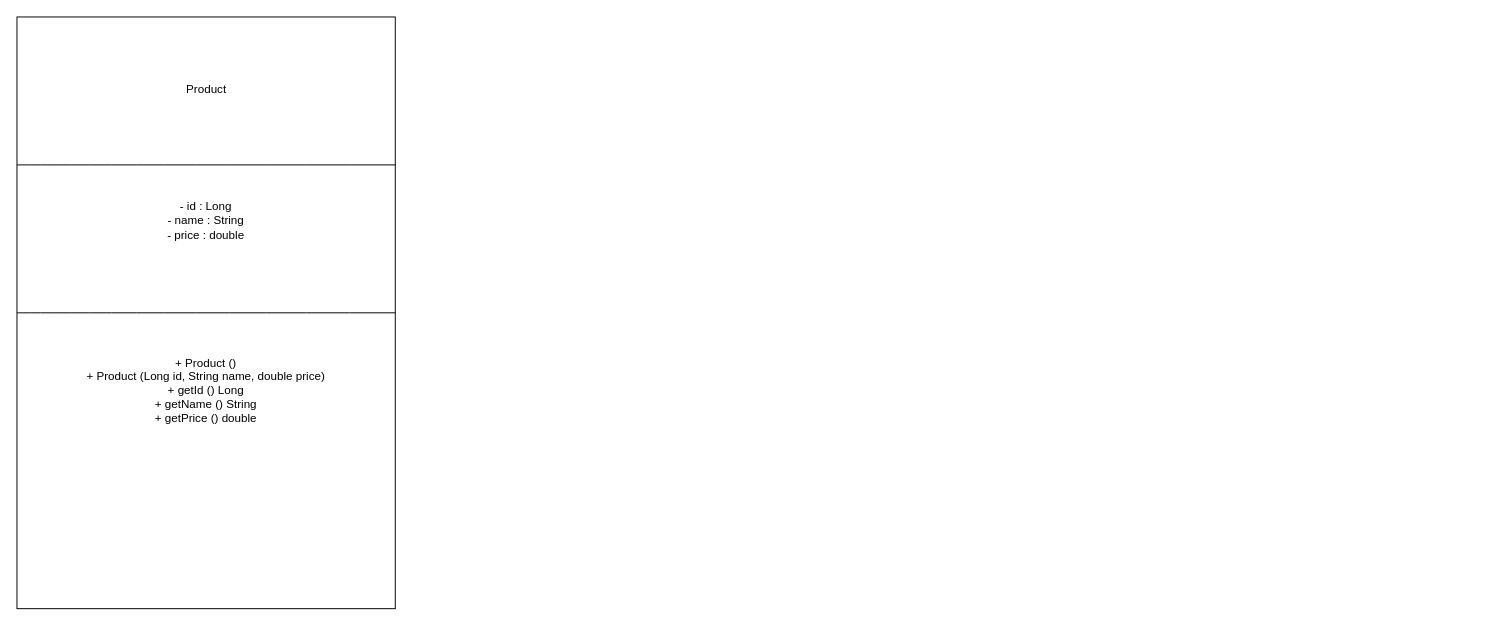
This is docs/uml/Product.drawio from ginawinabina/products-api, a draw.io file, before an edit. Source tidied: cells renumbered, new cells numbered last; positions are measured from the earlier drawing's top-left corner, leaving out a move shared by most shapes. Both pictures are drawn from the tidied source at 97%, with x=0, y=0 at pixel (16, 16).
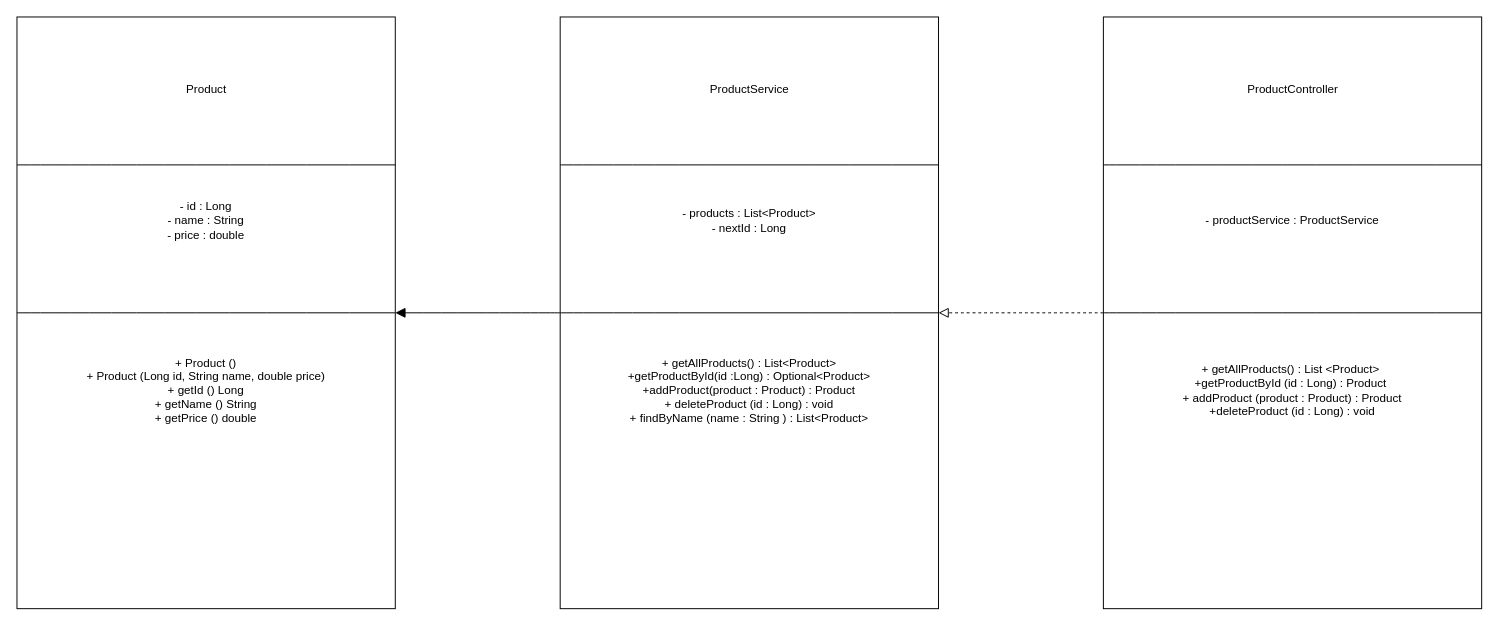
The same diagram, later.

Unchanged cells that the change refers to:
```xml
<mxCell id="2" style="rounded=0;whiteSpace=wrap;html=1;" parent="1" vertex="1">
  <mxGeometry width="390" height="610" as="geometry" />
</mxCell>
```

The edit, as a diff of the source:
```diff
@@
-    <mxCell id="3" style="endArrow=none;html=1;rounded=0;fontSize=12;startSize=8;endSize=8;curved=1;exitX=0;exitY=0.25;exitDx=0;exitDy=0;entryX=1;entryY=0.25;entryDx=0;entryDy=0;edgeStyle=orthogonalEdgeStyle;innerLoopWaypoints=1;" parent="1" edge="1" source="2" target="2">
-      <mxGeometry relative="1" as="geometry" />
-    </mxCell>
-    <mxCell id="4" style="endArrow=none;html=1;rounded=0;fontSize=12;startSize=8;endSize=8;curved=1;exitX=0;exitY=0.5;exitDx=0;exitDy=0;entryX=1;entryY=0.5;entryDx=0;entryDy=0;" parent="1" edge="1" source="2" target="2">
-      <mxGeometry relative="1" as="geometry" />
-    </mxCell>
+    <mxCell id="8" style="endArrow=none;html=1;rounded=0;fontSize=12;startSize=8;endSize=8;curved=1;exitX=0;exitY=0.25;exitDx=0;exitDy=0;entryX=1;entryY=0.25;entryDx=0;entryDy=0;edgeStyle=orthogonalEdgeStyle;innerLoopWaypoints=1;" parent="1" edge="1" source="2" target="2">
+      <mxGeometry relative="1" as="geometry" />
+    </mxCell>
+    <mxCell id="9" style="endArrow=none;html=1;rounded=0;fontSize=12;startSize=8;endSize=8;curved=1;exitX=0;exitY=0.5;exitDx=0;exitDy=0;entryX=1;entryY=0.5;entryDx=0;entryDy=0;" parent="1" edge="1" source="2" target="2">
+      <mxGeometry relative="1" as="geometry" />
+    </mxCell>
@@
+    <mxCell id="10" style="edgeStyle=orthogonalEdgeStyle;shape=connector;curved=1;rounded=0;jettySize=auto;html=1;exitX=0;exitY=0.5;exitDx=0;exitDy=0;entryX=1;entryY=0.5;entryDx=0;entryDy=0;strokeColor=default;align=center;verticalAlign=middle;fontFamily=Helvetica;fontSize=11;fontColor=default;labelBackgroundColor=default;startSize=8;endArrow=block;endFill=0;endSize=8;dashed=1;startArrow=none;startFill=0;" parent="1" edge="1" source="11" target="18">
+      <mxGeometry relative="1" as="geometry" />
+    </mxCell>
+    <mxCell id="11" style="rounded=0;whiteSpace=wrap;html=1;" parent="1" vertex="1">
+      <mxGeometry x="1120" width="390" height="610" as="geometry" />
+    </mxCell>
+    <mxCell id="12" style="endArrow=none;html=1;rounded=0;fontSize=12;startSize=8;endSize=8;curved=1;exitX=0;exitY=0.25;exitDx=0;exitDy=0;entryX=1;entryY=0.25;entryDx=0;entryDy=0;edgeStyle=orthogonalEdgeStyle;innerLoopWaypoints=1;" parent="1" edge="1" source="11" target="11">
+      <mxGeometry relative="1" as="geometry" />
+    </mxCell>
+    <mxCell id="13" style="endArrow=none;html=1;rounded=0;fontSize=12;startSize=8;endSize=8;curved=1;exitX=0;exitY=0.5;exitDx=0;exitDy=0;entryX=1;entryY=0.5;entryDx=0;entryDy=0;" parent="1" edge="1" source="11" target="11">
+      <mxGeometry relative="1" as="geometry" />
+    </mxCell>
+    <mxCell id="14" value="ProductController" style="text;html=1;whiteSpace=wrap;strokeColor=none;fillColor=none;align=center;verticalAlign=middle;rounded=0;" parent="1" vertex="1">
+      <mxGeometry x="1247.5" y="30" width="135" height="90" as="geometry" />
+    </mxCell>
+    <mxCell id="15" value="- productService : ProductService" style="text;html=1;whiteSpace=wrap;strokeColor=none;fillColor=none;align=center;verticalAlign=middle;rounded=0;" parent="1" vertex="1">
+      <mxGeometry x="1120" y="180" width="390" height="60" as="geometry" />
+    </mxCell>
+    <mxCell id="16" value="+ getAllProducts() : List &amp;lt;Product&amp;gt;&amp;nbsp;&lt;div&gt;+getProductById (id : Long) : Product&amp;nbsp;&lt;/div&gt;&lt;div&gt;+ addProduct (product : Product) : Product&lt;/div&gt;&lt;div&gt;+deleteProduct (id : Long) : void&lt;/div&gt;" style="text;html=1;whiteSpace=wrap;strokeColor=none;fillColor=none;align=center;verticalAlign=middle;rounded=0;" parent="1" vertex="1">
+      <mxGeometry x="1120" y="340" width="390" height="90" as="geometry" />
+    </mxCell>
+    <mxCell id="17" style="edgeStyle=orthogonalEdgeStyle;shape=connector;curved=1;rounded=0;jettySize=auto;html=1;exitX=0;exitY=0.5;exitDx=0;exitDy=0;strokeColor=default;align=center;verticalAlign=middle;fontFamily=Helvetica;fontSize=11;fontColor=default;labelBackgroundColor=default;startSize=8;endArrow=block;endFill=1;endSize=8;" parent="1" edge="1" source="18" target="2">
+      <mxGeometry relative="1" as="geometry" />
+    </mxCell>
+    <mxCell id="18" style="rounded=0;whiteSpace=wrap;html=1;" parent="1" vertex="1">
+      <mxGeometry x="560" width="390" height="610" as="geometry" />
+    </mxCell>
+    <mxCell id="19" style="endArrow=none;html=1;rounded=0;fontSize=12;startSize=8;endSize=8;curved=1;exitX=0;exitY=0.25;exitDx=0;exitDy=0;entryX=1;entryY=0.25;entryDx=0;entryDy=0;edgeStyle=orthogonalEdgeStyle;innerLoopWaypoints=1;" parent="1" edge="1" source="18" target="18">
+      <mxGeometry relative="1" as="geometry" />
+    </mxCell>
+    <mxCell id="20" style="endArrow=none;html=1;rounded=0;fontSize=12;startSize=8;endSize=8;curved=1;exitX=0;exitY=0.5;exitDx=0;exitDy=0;entryX=1;entryY=0.5;entryDx=0;entryDy=0;" parent="1" edge="1" source="18" target="18">
+      <mxGeometry relative="1" as="geometry" />
+    </mxCell>
+    <mxCell id="21" value="ProductService" style="text;html=1;whiteSpace=wrap;strokeColor=none;fillColor=none;align=center;verticalAlign=middle;rounded=0;" parent="1" vertex="1">
+      <mxGeometry x="687.5" y="30" width="135" height="90" as="geometry" />
+    </mxCell>
+    <mxCell id="22" value="- products : List&amp;lt;Product&amp;gt;&lt;div&gt;- nextId : Long&lt;/div&gt;" style="text;html=1;whiteSpace=wrap;strokeColor=none;fillColor=none;align=center;verticalAlign=middle;rounded=0;" parent="1" vertex="1">
+      <mxGeometry x="560" y="180" width="390" height="60" as="geometry" />
+    </mxCell>
+    <mxCell id="23" value="+ getAllProducts() : List&amp;lt;Product&amp;gt;&lt;div&gt;+getProductById(id :Long) : Optional&amp;lt;Product&amp;gt;&lt;/div&gt;&lt;div&gt;+addProduct(product : Product) : Product&lt;/div&gt;&lt;div&gt;+ deleteProduct (id : Long) : void&lt;/div&gt;&lt;div&gt;+ findByName (name : String ) : List&amp;lt;Product&amp;gt;&lt;/div&gt;" style="text;html=1;whiteSpace=wrap;strokeColor=none;fillColor=none;align=center;verticalAlign=middle;rounded=0;" parent="1" vertex="1">
+      <mxGeometry x="560" y="340" width="390" height="90" as="geometry" />
+    </mxCell>
```
